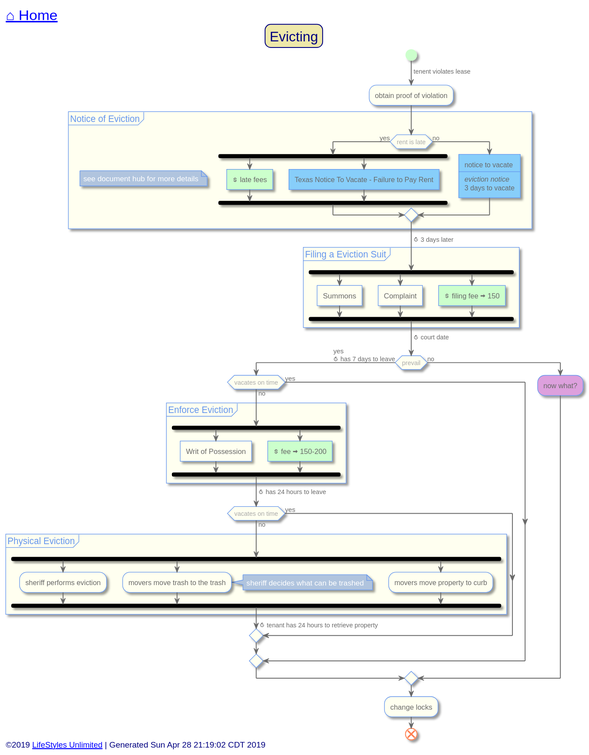
Earlier version of the PlantUML export out/src/single-family/evicting.svg (toddmo/lifestylesunlimited).
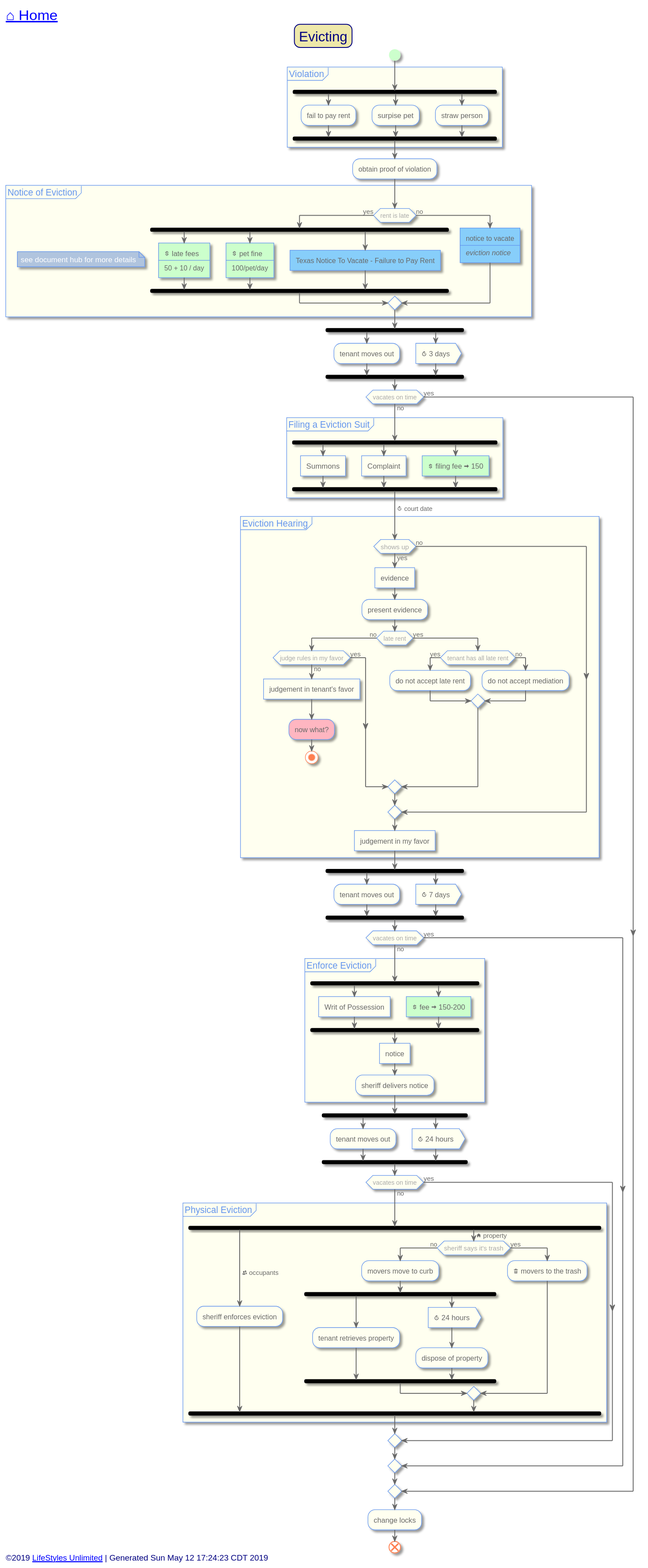
Above is the later version.

Change to the diagram source:
```diff
@@ -82,37 +82,81 @@
 	Title Evicting
 
 	start
-	->tenent violates lease;
+	partition "Violation" {
+		fork
+			:fail to pay rent;
+		fork again
+			:surpise pet;
+		fork again
+			:straw person;
+		end fork
+	}
+
 	:obtain proof of violation;
 
 	partition "Notice of Eviction" {
 		note left: see document hub for more details
 		if(rent is late) then (yes)
 			fork
-				#PHYSICAL:<&dollar> late fees]
+				#PHYSICAL:<&dollar> late fees\n----\n50 + 10 / day]
+			fork again
+				#PHYSICAL:<&dollar> pet fine\n----\n100/pet/day]
 			fork again
 				[[https://drive.google.com/open?id=0B18-6Qbo-LJ5Y3d0V1VBeGRHWlE]]#LightSkyBlue:Texas Notice To Vacate - Failure to Pay Rent]
 			end fork
 		else (no)
-			[[https://drive.google.com/open?id=0B18-6Qbo-LJ5U2pkTXRaMTg3SjQ]]#LightSkyBlue:notice to vacate\n----\n<i>eviction notice\n3 days to vacate]
+			[[https://drive.google.com/open?id=0B18-6Qbo-LJ5U2pkTXRaMTg3SjQ]]#LightSkyBlue:notice to vacate\n----\n<i>eviction notice]
 		endif
 	}
 
-	-><&timer> 3 days later;
+	fork
+		:tenant moves out;
+	fork again
+		:<&timer> 3 days>
+	end fork
 
-	partition "Filing a Eviction Suit" {
+	if(vacates on time) then (no)
+
+		partition "Filing a Eviction Suit" {
+			fork
+				:Summons]
+			fork again
+				:Complaint]
+			fork again
+				#PHYSICAL:<&dollar> filing fee <&arrow-thick-right> 150]
+			end fork
+		}
+
+		-><&timer> court date;
+
+		partition "Eviction Hearing" {
+			if(shows up) then(no)
+			else (yes)
+				:evidence]
+				:present evidence;
+				if(late rent) then(no)
+					if(judge rules in my favor) then (no)
+						:judgement in tenant's favor]
+						#LightPink:now what?;
+						stop
+					else (yes)
+					endif
+				else (yes)
+					if(tenant has all late rent) then(yes)
+						:do not accept late rent;
+					else (no)
+						:do not accept mediation;
+					endif
+				endif
+			endif
+			:judgement in my favor]
+		}
+
 		fork
-			:Summons]
+			:tenant moves out;
 		fork again
-			:Complaint]
-		fork again
-			#PHYSICAL:<&dollar> filing fee <&arrow-thick-right> 150]
+			:<&timer> 7 days>
 		end fork
-	}
-
-	-><&timer> court date;
-
-	if(prevail) then (yes\n<&timer> has 7 days to leave)
 
 		if(vacates on time) then (no)
 			partition "Enforce Eviction" {
@@ -121,33 +165,46 @@
 				fork again
 					#PHYSICAL:<&dollar> fee <&arrow-thick-right> 150-200]
 				end fork
+				:notice]
+				:sheriff delivers notice;
 			}
-			-><&timer> has 24 hours to leave;
+			fork
+				:tenant moves out;
+			fork again
+				:<&timer> 24 hours>
+			end fork
 			if(vacates on time) then (no)
 				partition "Physical Eviction" {
 					fork
-						:sheriff performs eviction;
+						-><&people> occupants;
+						:sheriff enforces eviction;
 					fork again
-						:movers move trash to the trash;
-						note right:sheriff decides what can be trashed
-					fork again
-						:movers move property to curb;
+						-><&home> property;
+						if(sheriff says it's trash) then (no)
+							:movers move to curb;
+							fork
+								:tenant retrieves property;
+							fork again
+								:<&timer> 24 hours>
+								:dispose of property;
+							end fork
+						else (yes)
+							:<&trash> movers to the trash;
+						endif
 					end fork
 				}
-				-><&timer> tenant has 24 hours to retrieve property;
 			else (yes)
 			endif
 		else (yes)
 		endif
-	else (no)
-		#Plum:now what?;
+	else (yes)
 	endif
 	:change locks;
 	end
 
 
 left footer
-	<font size=14>©2019 [[http://www.lifestylesunlimited.com LifeStyles Unlimited]] | Generated Sun Apr 28 21:19:02 CDT 2019</font>
+	<font size=14>©2019 [[http://www.lifestylesunlimited.com LifeStyles Unlimited]] | Generated Sun May 12 17:24:23 CDT 2019</font>
 endfooter
 
 
```
